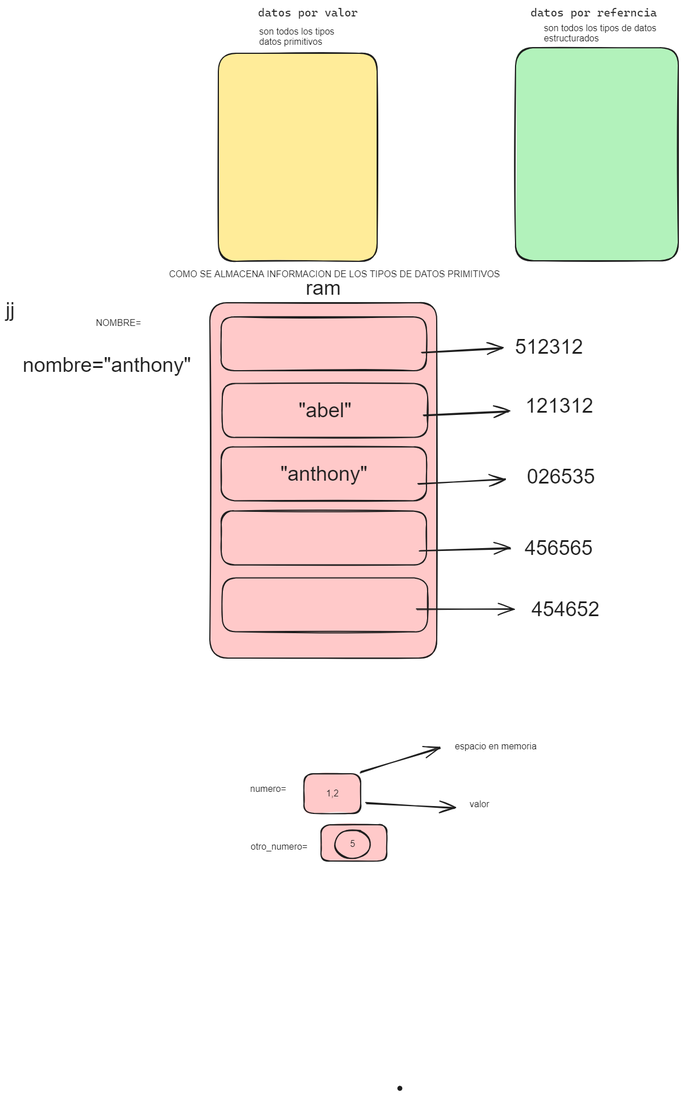
Earlier version of the Excalidraw export tipos de datos estructurados/.excalidraw.png (Gabriel12637/curso_python). Source tidied: one line per element, renumbered; positions are measured from the earlier drawing's top-left corner, leaving out a move shared by most shapes.
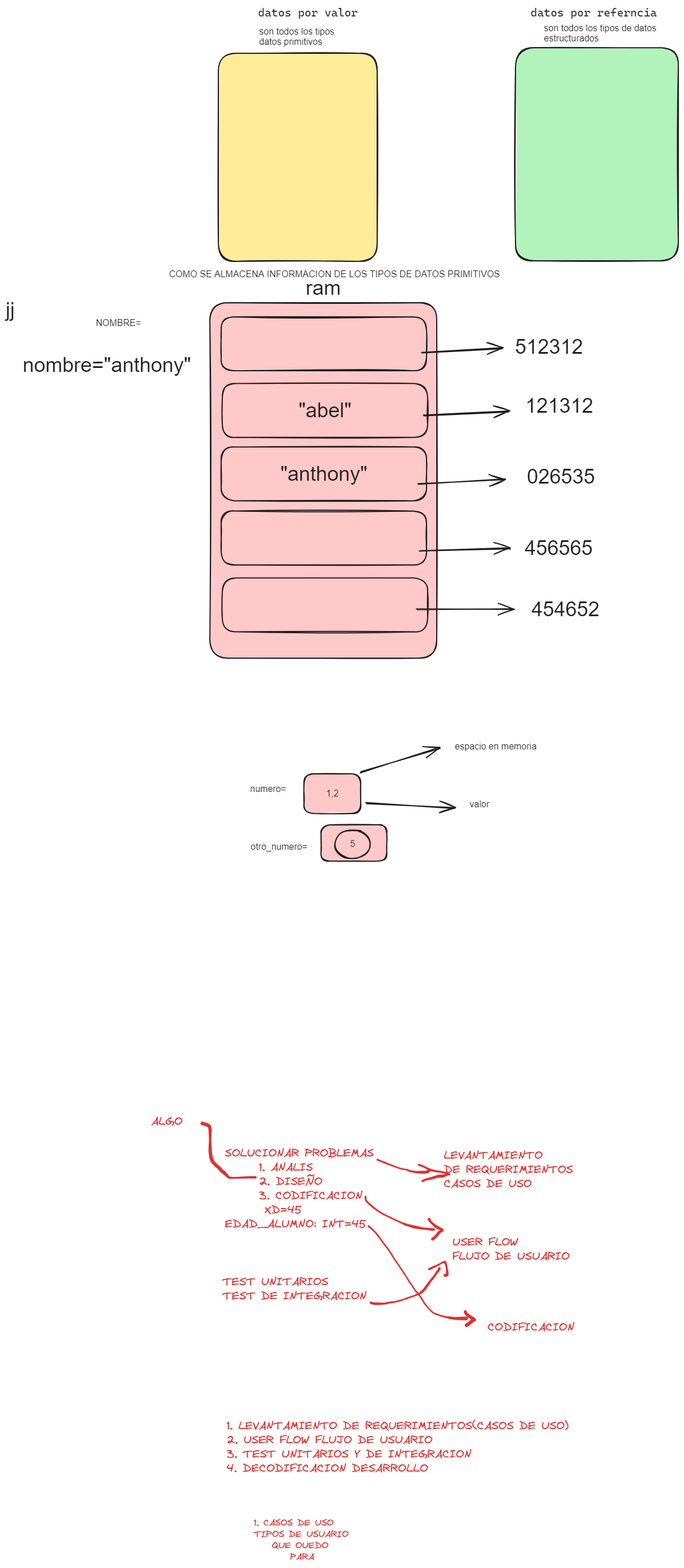
Later version of the same file.

What changed in the source:
```diff
@@ -26,7 +26,6 @@
 {"id": 25, "type": "text", "text": "nombre=\"anthony\"", "strokeColor": "#1e1e1e", "backgroundColor": "#ffc9c9", "fillStyle": "solid", "strokeWidth": 2, "roughness": 1, "fontSize": 36, "fontFamily": 2, "x": 30, "y": 613, "width": 297, "height": 41}
 {"id": 26, "type": "text", "text": "COMO SE ALMACENA INFORMACION DE LOS TIPOS DE DATOS PRIMITIVOS", "strokeColor": "#1e1e1e", "backgroundColor": "#ffc9c9", "fillStyle": "solid", "strokeWidth": 2, "roughness": 1, "fontSize": 16, "fontFamily": 2, "x": 288, "y": 464, "width": 583, "height": 18}
 {"id": 27, "type": "text", "text": "NOMBRE=", "strokeColor": "#1e1e1e", "backgroundColor": "#ffc9c9", "fillStyle": "solid", "strokeWidth": 2, "roughness": 1, "fontSize": 16, "fontFamily": 2, "x": 159, "y": 551, "width": 80, "height": 18}
-{"id": 28, "type": "freedraw", "strokeColor": "#1e1e1e", "backgroundColor": "#ffc9c9", "fillStyle": "solid", "strokeWidth": 2, "roughness": 1, "x": 695, "y": 1910, "width": 0, "height": 0, "points": [[0, 0], [0, 0]]}
 {"id": 29, "type": "text", "text": "numero=", "strokeColor": "#1e1e1e", "backgroundColor": "#ffc9c9", "fillStyle": "solid", "strokeWidth": 2, "roughness": 1, "fontSize": 16, "fontFamily": 2, "x": 431, "y": 1373, "width": 64, "height": 18}
 {"id": 30, "type": "rectangle", "strokeColor": "#1e1e1e", "backgroundColor": "#ffc9c9", "fillStyle": "solid", "strokeWidth": 2, "roughness": 1, "round": true, "x": 526, "y": 1355, "width": 100, "height": 70}
 {"id": 31, "type": "text", "text": "1,2", "strokeColor": "#1e1e1e", "backgroundColor": "#ffc9c9", "fillStyle": "solid", "strokeWidth": 2, "roughness": 1, "fontSize": 16, "fontFamily": 2, "textAlign": "center", "verticalAlign": "middle", "inside": 30, "x": 565, "y": 1381, "width": 22, "height": 18}
@@ -38,3 +37,20 @@
 {"id": 37, "type": "rectangle", "strokeColor": "#1e1e1e", "backgroundColor": "#ffc9c9", "fillStyle": "solid", "strokeWidth": 2, "roughness": 1, "round": true, "x": 556, "y": 1445, "width": 116, "height": 64}
 {"id": 38, "type": "ellipse", "strokeColor": "#1e1e1e", "backgroundColor": "#ffc9c9", "fillStyle": "solid", "strokeWidth": 2, "roughness": 1, "round": true, "x": 580, "y": 1454, "width": 63, "height": 51}
 {"id": 39, "type": "text", "text": "5", "strokeColor": "#1e1e1e", "backgroundColor": "#ffc9c9", "fillStyle": "solid", "strokeWidth": 2, "roughness": 1, "fontSize": 16, "fontFamily": 2, "textAlign": "center", "verticalAlign": "middle", "inside": 38, "x": 607, "y": 1470, "width": 9, "height": 18}
+{"id": 40, "type": "text", "text": "SOLUCIONAR PROBLEMAS\n      1. ANALIS\n      2. DISEÑO\n      3. CODIFICACION \n       XD=45\nEDAD_ALUMNO: INT=45", "strokeColor": "#e03131", "strokeWidth": 2, "roughness": 1, "fontSize": 20, "fontFamily": 1, "x": 386, "y": 2012, "width": 263, "height": 150}
+{"id": 41, "type": "text", "text": "LEVANTAMIENTO \nDE REQUERIMIENTOS\nCASOS DE USO", "strokeColor": "#e03131", "strokeWidth": 2, "roughness": 1, "fontSize": 20, "fontFamily": 1, "x": 772, "y": 2016, "width": 228, "height": 75}
+{"id": 42, "type": "text", "text": "USER FLOW\nFLUJO DE USUARIO", "strokeColor": "#e03131", "strokeWidth": 2, "roughness": 1, "fontSize": 20, "fontFamily": 1, "x": 787, "y": 2169, "width": 207, "height": 50}
+{"id": 43, "type": "text", "text": "TEST UNITARIOS\nTEST DE INTEGRACION ", "strokeColor": "#e03131", "strokeWidth": 2, "roughness": 1, "fontSize": 20, "fontFamily": 1, "x": 382, "y": 2239, "width": 264, "height": 50}
+{"id": 44, "type": "text", "text": "CODIFICACION", "strokeColor": "#e03131", "strokeWidth": 2, "roughness": 1, "fontSize": 20, "fontFamily": 1, "x": 849, "y": 2319, "width": 153, "height": 25}
+{"id": 45, "type": "freedraw", "strokeColor": "#e03131", "strokeWidth": 1, "roughness": 1, "x": 634, "y": 2101, "width": 121, "height": 58, "points": [[0, 0], [0, 1], [0, 7], [1, 9], [9, 16], [17, 22], [30, 32], [44, 38], [56, 43], [62, 46], [66, 47], [67, 48], [68, 48], [70, 49], [72, 50], [76, 51], [78, 51], [79, 51], [82, 53], [83, 53], [84, 53], [85, 53], [87, 54], [98, 56], [106, 57], [108, 57], [110, 57], [112, 57], [115, 58], [118, 58], [121, 58], [121, 58]]}
+{"id": 46, "type": "freedraw", "strokeColor": "#e03131", "strokeWidth": 1, "roughness": 1, "x": 655, "y": 2036, "width": 91, "height": 22, "points": [[0, 0], [1, 0], [10, 4], [22, 9], [28, 11], [33, 13], [38, 15], [48, 18], [53, 18], [55, 18], [57, 20], [60, 21], [64, 21], [68, 22], [70, 22], [71, 22], [72, 22], [74, 22], [76, 22], [77, 22], [79, 22], [82, 22], [86, 22], [88, 22], [89, 22], [89, 21], [90, 21], [90, 20], [91, 19], [91, 19]]}
+{"id": 47, "type": "freedraw", "strokeColor": "#e03131", "strokeWidth": 1, "roughness": 1, "x": 728, "y": 2045, "width": 56, "height": 29, "points": [[0, 0], [3, 0], [10, 3], [16, 7], [17, 7], [18, 8], [19, 9], [23, 10], [34, 12], [49, 14], [52, 15], [56, 17], [55, 17], [54, 17], [51, 17], [49, 17], [47, 18], [46, 19], [44, 19], [43, 19], [42, 20], [40, 20], [38, 20], [36, 20], [33, 20], [27, 22], [18, 25], [12, 26], [8, 27], [6, 27], [6, 29], [6, 29]]}
+{"id": 48, "type": "freedraw", "strokeColor": "#e03131", "strokeWidth": 1, "roughness": 1, "x": 746, "y": 2141, "width": 25, "height": 35, "points": [[0, 0], [0, 1], [0, 3], [1, 3], [4, 7], [7, 9], [9, 10], [10, 11], [10, 12], [12, 13], [14, 14], [15, 14], [17, 16], [22, 18], [25, 19], [25, 20], [24, 20], [20, 21], [17, 23], [16, 25], [15, 27], [12, 30], [10, 32], [9, 33], [9, 34], [8, 34], [8, 35], [7, 35], [6, 35], [6, 35]]}
+{"id": 49, "type": "freedraw", "strokeColor": "#e03131", "strokeWidth": 1, "roughness": 1, "x": 639, "y": 2153, "width": 173, "height": 163, "points": [[0, 0], [3, 1], [12, 11], [23, 25], [31, 36], [38, 45], [44, 55], [49, 63], [56, 73], [62, 82], [68, 91], [76, 104], [81, 111], [86, 118], [92, 125], [99, 137], [106, 145], [115, 154], [121, 156], [132, 160], [138, 161], [142, 161], [144, 162], [146, 162], [153, 163], [156, 163], [159, 163], [162, 163], [165, 163], [167, 163], [169, 163], [172, 163], [173, 163]]}
+{"id": 50, "type": "freedraw", "strokeColor": "#e03131", "strokeWidth": 1, "roughness": 1, "x": 810, "y": 2304, "width": 17, "height": 24, "points": [[0, 0], [-1, 0], [-1, 1], [-1, 3], [0, 3], [2, 4], [3, 6], [4, 6], [6, 7], [8, 9], [9, 10], [11, 11], [13, 12], [14, 13], [15, 14], [16, 14], [16, 15], [14, 15], [13, 16], [12, 17], [11, 18], [9, 18], [8, 19], [8, 20], [6, 21], [6, 22], [5, 22], [5, 23], [4, 23], [3, 24], [2, 24], [2, 24]]}
+{"id": 51, "type": "freedraw", "strokeColor": "#e03131", "strokeWidth": 1, "roughness": 1, "x": 643, "y": 2288, "width": 123, "height": 62, "points": [[0, 0], [-1, 2], [4, 2], [8, 2], [15, 2], [26, 2], [37, -1], [48, -2], [57, -5], [64, -8], [79, -13], [84, -15], [88, -17], [91, -19], [96, -24], [98, -28], [103, -34], [107, -40], [112, -46], [116, -52], [118, -55], [120, -57], [121, -58], [122, -60], [121, -60]]}
+{"id": 52, "type": "freedraw", "strokeColor": "#e03131", "strokeWidth": 1, "roughness": 1, "x": 746, "y": 2229, "width": 32, "height": 25, "points": [[0, 0], [1, 0], [3, -1], [5, -2], [10, -5], [16, -7], [20, -9], [25, -13], [28, -14], [29, -14], [30, -13], [31, -5], [31, -1], [32, 2], [32, 3], [32, 5], [32, 6], [32, 7], [32, 8], [32, 9], [32, 10], [32, 11], [31, 11], [29, 11], [28, 11], [28, 11]]}
+{"id": 53, "type": "text", "text": "ALGO", "strokeColor": "#e03131", "strokeWidth": 1, "roughness": 1, "fontSize": 20, "fontFamily": 1, "x": 256, "y": 1956, "width": 55, "height": 25}
+{"id": 54, "type": "freedraw", "strokeColor": "#e03131", "strokeWidth": 1, "roughness": 1, "x": 440, "y": 2067, "width": 94, "height": 96, "points": [[0, 0], [-4, 0], [-20, 0], [-43, 1], [-47, 1], [-49, -2], [-52, -5], [-56, -8], [-59, -10], [-62, -14], [-67, -19], [-71, -22], [-74, -25], [-76, -29], [-78, -34], [-79, -41], [-80, -47], [-80, -56], [-80, -68], [-80, -76], [-80, -79], [-80, -83], [-80, -87], [-82, -91], [-86, -93], [-89, -93], [-92, -95], [-94, -95]]}
+{"id": 55, "type": "text", "text": "1. LEVANTAMIENTO DE REQUERIMIENTOS(CASOS DE USO)\n2. USER FLOW FLUJO DE USUARIO\n3. TEST UNITARIOS Y DE INTEGRACION\n4. DECODIFICACION DESARROLLO", "strokeColor": "#e03131", "strokeWidth": 1, "roughness": 1, "fontSize": 20, "fontFamily": 1, "x": 389, "y": 2493, "width": 603, "height": 100}
+{"id": 56, "type": "text", "text": "1. CASOS DE USO \nTIPOS DE USUARIO \n    QUE OUEDO\n        PARA ", "strokeColor": "#e03131", "strokeWidth": 1, "roughness": 1, "fontSize": 16, "fontFamily": 1, "x": 437, "y": 2667, "width": 175, "height": 80}
```
